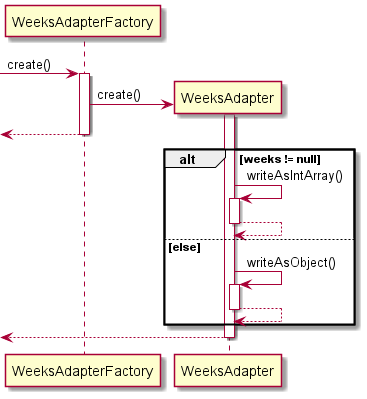
Above: docs/uml-diagrams/WeeksWrite.png in nus-cs2113-AY2122S1/tp (PlantUML), before the change. Source of this version:
```plantuml
@startuml

[-> WeeksAdapterFactory : create()
activate WeeksAdapterFactory

WeeksAdapterFactory -> WeeksAdapter** : create()
activate WeeksAdapter

<-- WeeksAdapterFactory
deactivate WeeksAdapterFactory

alt weeks != null
    WeeksAdapter -> WeeksAdapter : writeAsIntArray()
    activate WeeksAdapter
    WeeksAdapter --> WeeksAdapter
    deactivate WeeksAdapter
else else
    WeeksAdapter -> WeeksAdapter : writeAsObject()
    activate WeeksAdapter
    WeeksAdapter --> WeeksAdapter
    deactivate WeeksAdapter
end

<-- WeeksAdapter
deactivate WeeksAdapter

@enduml
```
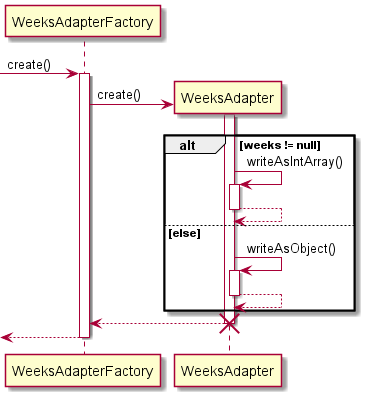
The same diagram one commit later.

The edit, as a diff of the source:
```diff
@@ -6,8 +6,6 @@
 WeeksAdapterFactory -> WeeksAdapter** : create()
 activate WeeksAdapter
 
-<-- WeeksAdapterFactory
-deactivate WeeksAdapterFactory
 
 alt weeks != null
     WeeksAdapter -> WeeksAdapter : writeAsIntArray()
@@ -21,7 +19,11 @@
     deactivate WeeksAdapter
 end
 
-<-- WeeksAdapter
+WeeksAdapter --> WeeksAdapterFactory
 deactivate WeeksAdapter
+destroy WeeksAdapter
+
+<-- WeeksAdapterFactory
+deactivate WeeksAdapterFactory
 
 @enduml
```
